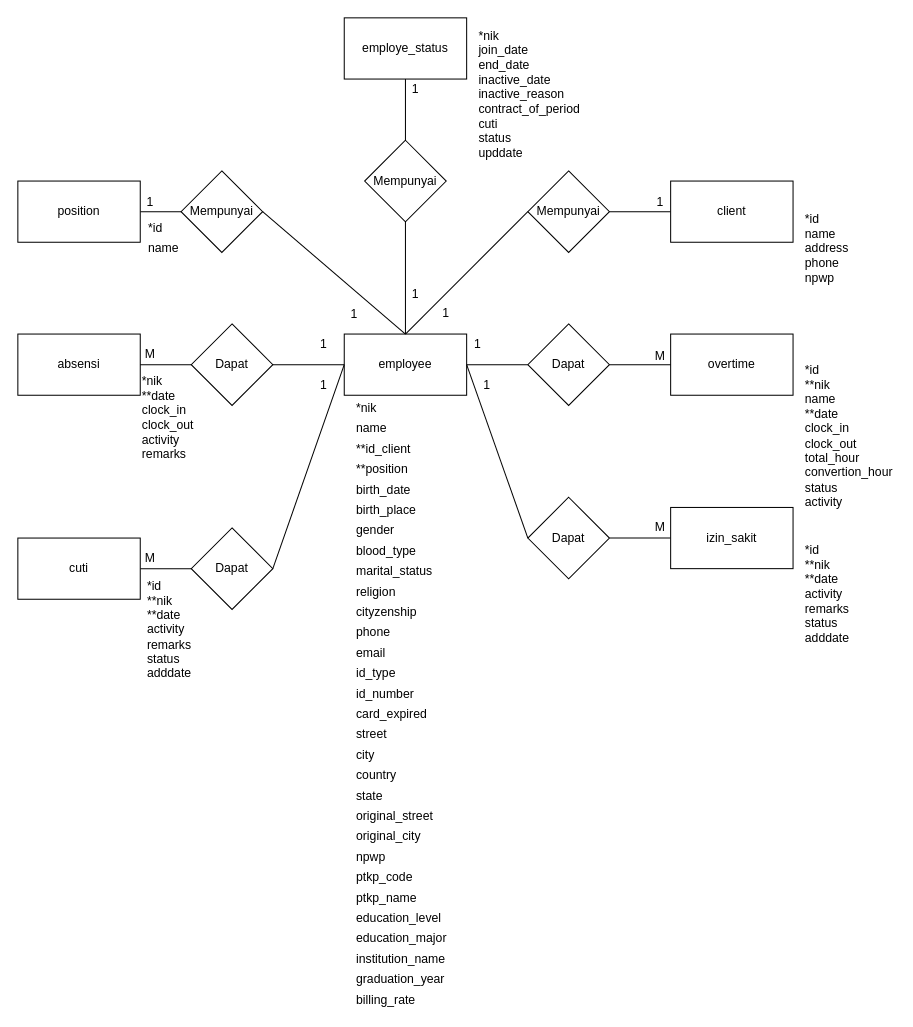
Before: page "erd" (1 of 7) of Penulisan/Bab 3.drawio in w4hyud1/leni_karyawan, a draw.io diagram. Source tidied: cells renumbered, new cells numbered last; positions are measured from the earlier drawing's top-left corner, leaving out a move shared by most shapes. Both pictures are drawn from the tidied source at 102%, with x=0, y=0 at pixel (17, 17).
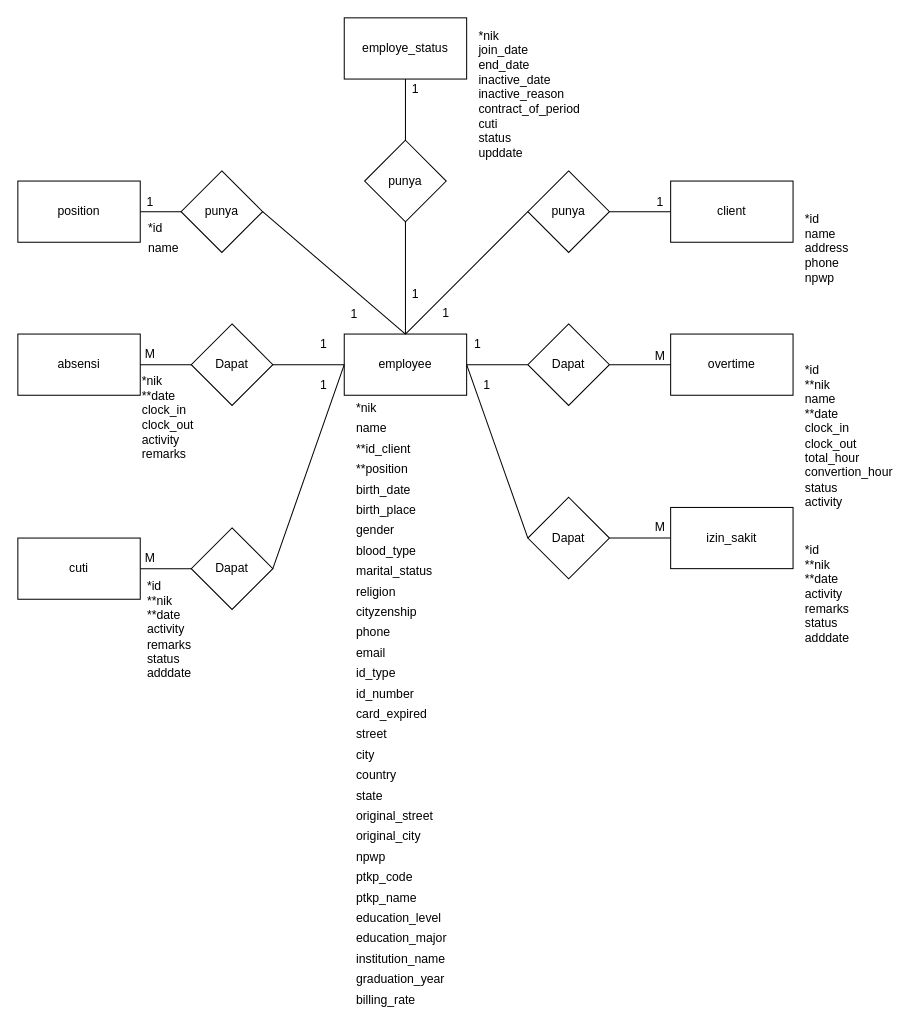
The same diagram, later.

The edit, as a diff of the source:
```diff
@@
-    <mxCell id="20" value="Mempunyai" style="rhombus;whiteSpace=wrap;html=1;" parent="1" vertex="1">
+    <mxCell id="20" value="punya" style="rhombus;whiteSpace=wrap;html=1;" parent="1" vertex="1">
       <mxGeometry x="160" y="150" width="80" height="80" as="geometry" />
     </mxCell>
@@
-    <mxCell id="22" value="Mempunyai" style="rhombus;whiteSpace=wrap;html=1;" parent="1" vertex="1">
+    <mxCell id="22" value="punya" style="rhombus;whiteSpace=wrap;html=1;" parent="1" vertex="1">
       <mxGeometry x="500" y="150" width="80" height="80" as="geometry" />
     </mxCell>
@@
-    <mxCell id="36" value="Mempunyai" style="rhombus;whiteSpace=wrap;html=1;" parent="1" vertex="1">
+    <mxCell id="36" value="punya" style="rhombus;whiteSpace=wrap;html=1;" parent="1" vertex="1">
       <mxGeometry x="340" y="120" width="80" height="80" as="geometry" />
     </mxCell>
```
